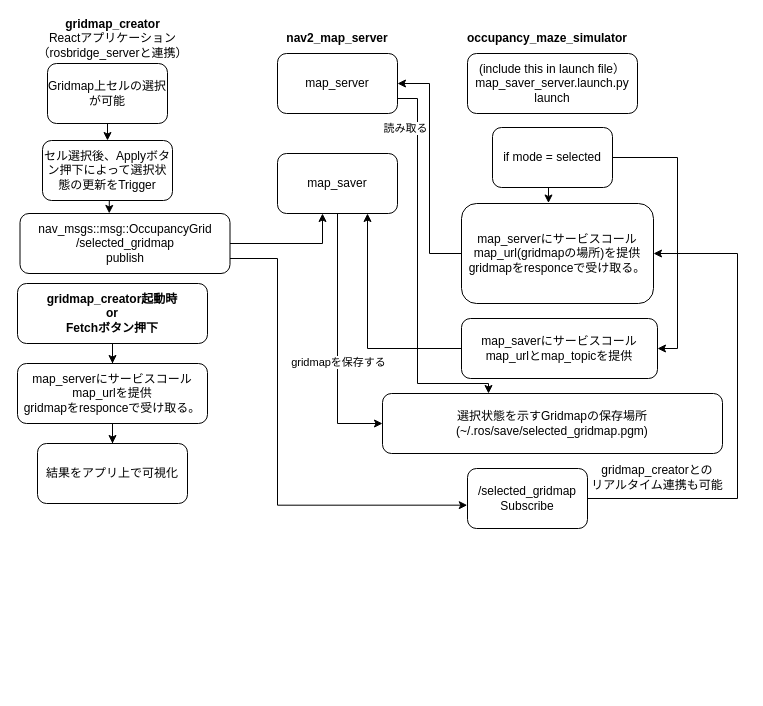
This is occupancy_maze_simulator/doc/customizable_gridmap_handling.drawio from pampem/OccupancyMazeSimulator, a draw.io file, before an edit. Source tidied: cells renumbered, new cells numbered last; positions are measured from the earlier drawing's top-left corner, leaving out a move shared by most shapes. Both pictures are drawn from the tidied source at 100%, with x=0, y=0 at pixel (17, 18).
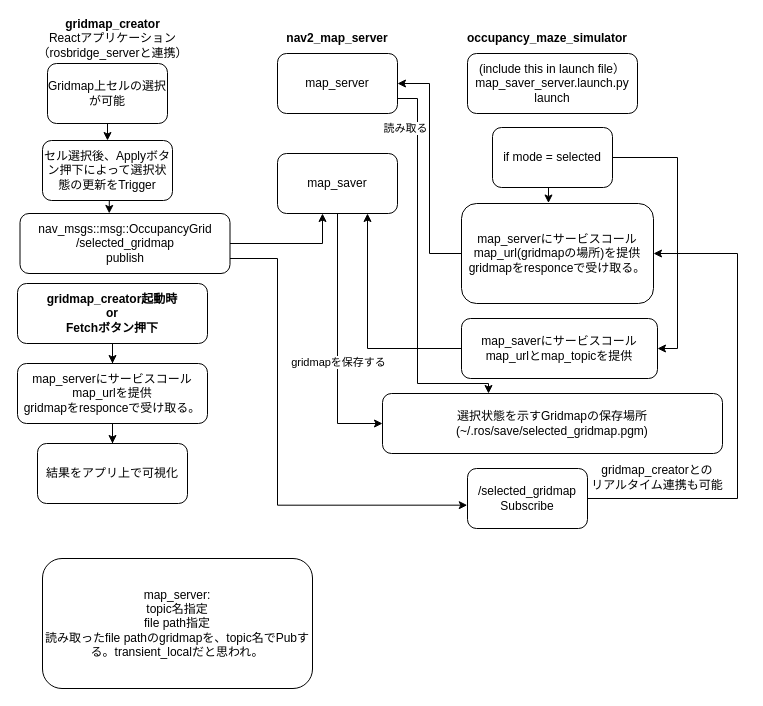
Above is the later version.

What changed in the source:
```diff
@@
+    <mxCell id="35" value="map_server:&lt;div&gt;topic名指定&lt;/div&gt;&lt;div&gt;file path指定&lt;/div&gt;&lt;div&gt;読み取ったfile pathのgridmapを、topic名でPubする。transient_localだと思われ。&lt;/div&gt;" style="rounded=1;whiteSpace=wrap;html=1;" parent="1" vertex="1">
+      <mxGeometry x="25" y="540" width="270" height="130" as="geometry" />
+    </mxCell>
```
